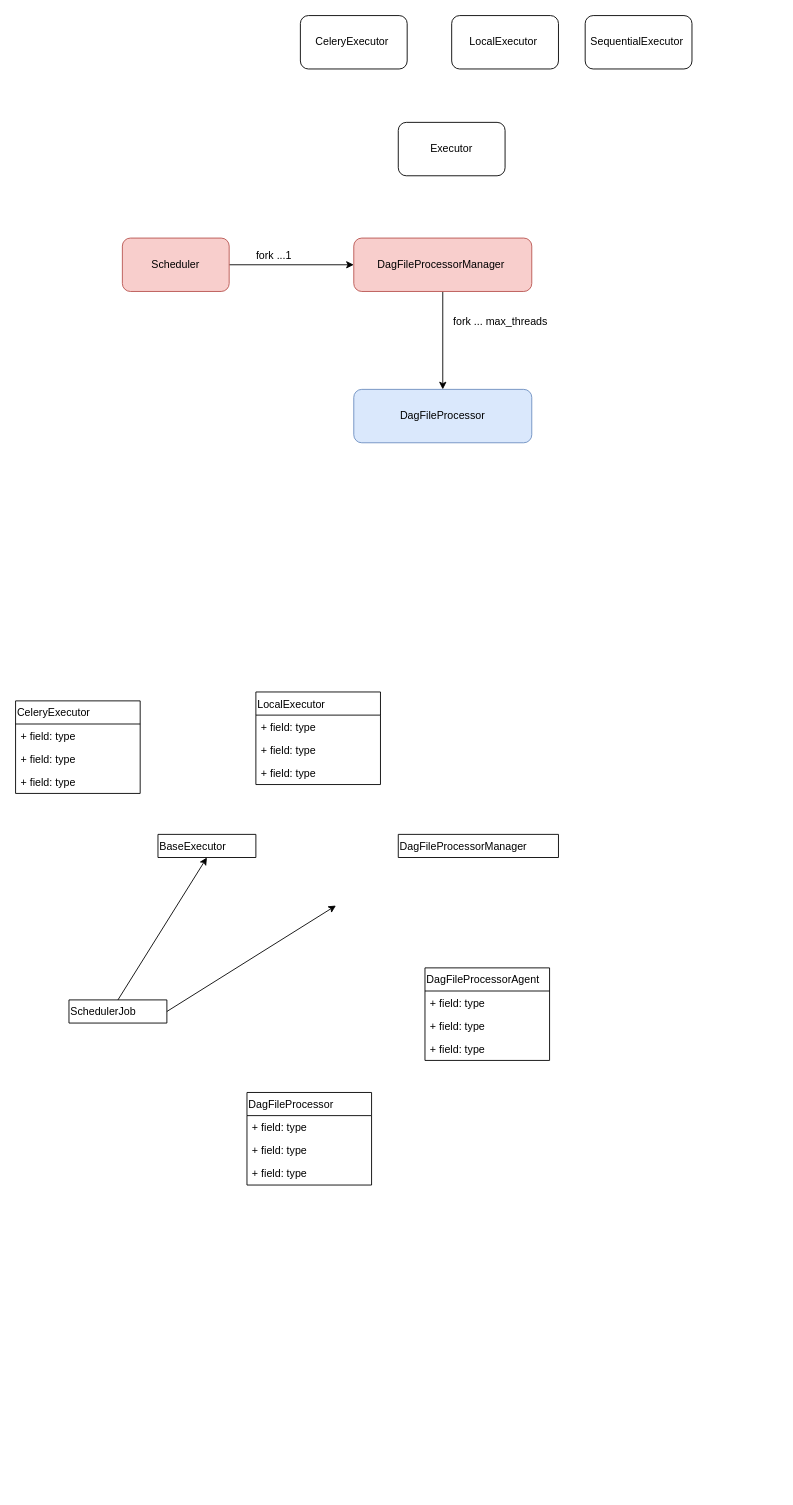
The draw.io diagram airflow.drawio in cicelprg/drawio, before the edit. Source tidied: cells renumbered, new cells numbered last; positions are measured from the earlier drawing's top-left corner, leaving out a move shared by most shapes. Both pictures are drawn from the tidied source at 89%, with x=0, y=0 at pixel (15, 15).
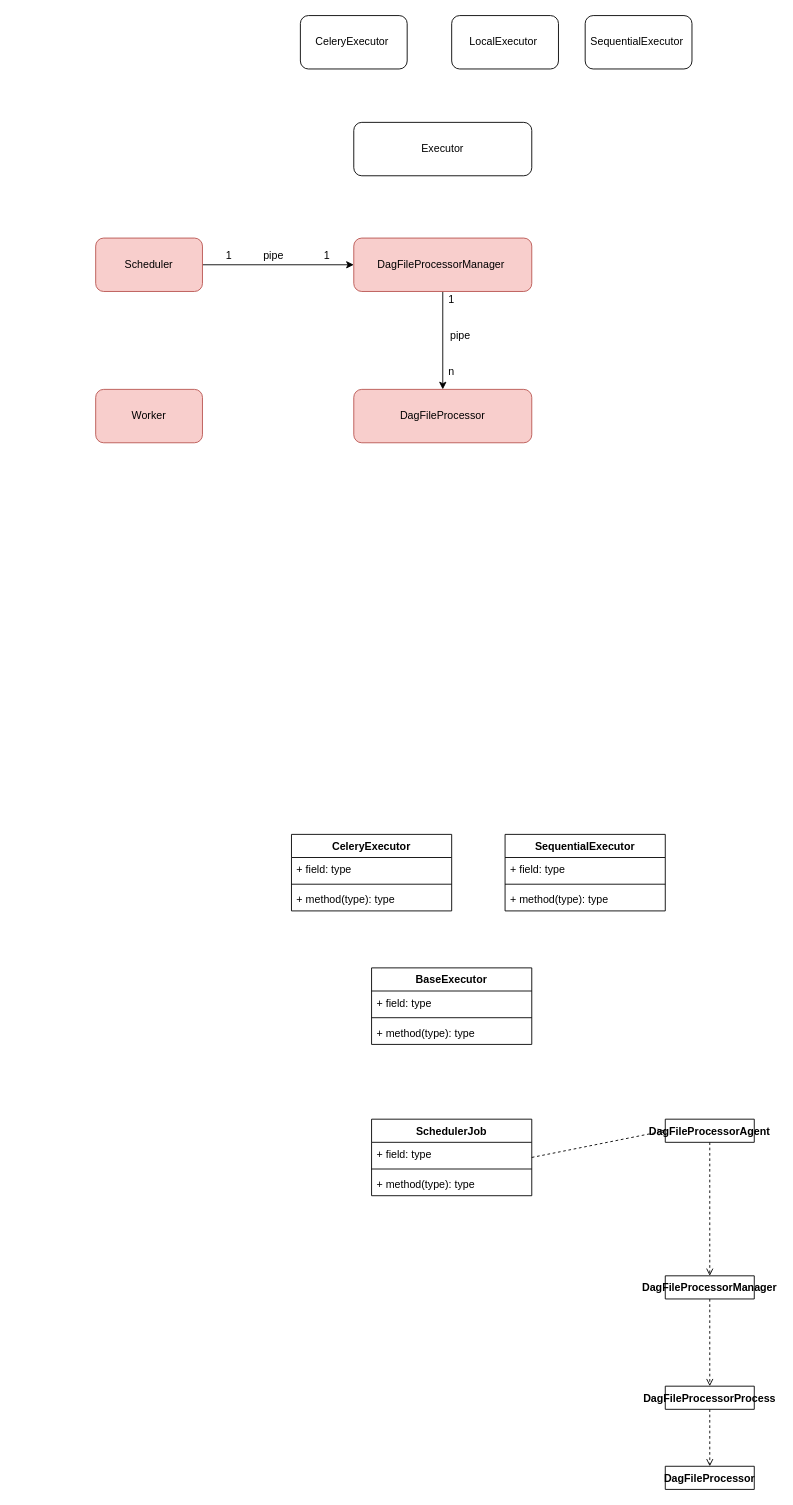
The same page after the edit.

What changed in the source:
```diff
@@
     <mxCell id="3" value="Scheduler" style="rounded=1;whiteSpace=wrap;html=1;fillColor=#f8cecc;strokeColor=#b85450;" parent="1" vertex="1">
-      <mxGeometry x="120" y="250" width="120" height="60" as="geometry" />
+      <mxGeometry x="90" y="250" width="120" height="60" as="geometry" />
     </mxCell>
     <mxCell id="4" value="Executor" style="rounded=1;whiteSpace=wrap;html=1;" parent="1" vertex="1">
-      <mxGeometry x="430" y="120" width="120" height="60" as="geometry" />
+      <mxGeometry x="380" y="120" width="200" height="60" as="geometry" />
     </mxCell>
@@
-    <mxCell id="10" value="DagFileProcessor" style="rounded=1;whiteSpace=wrap;html=1;fillColor=#dae8fc;strokeColor=#6c8ebf;" parent="1" vertex="1">
+    <mxCell id="10" value="DagFileProcessor" style="rounded=1;whiteSpace=wrap;html=1;fillColor=#f8cecc;strokeColor=#b85450;" parent="1" vertex="1">
       <mxGeometry x="380" y="420" width="200" height="60" as="geometry" />
     </mxCell>
-    <mxCell id="11" value="fork ... max_threads" style="text;html=1;strokeColor=none;fillColor=none;align=left;verticalAlign=top;whiteSpace=wrap;rounded=0;" parent="1" vertex="1">
-      <mxGeometry x="490" y="330" width="130" height="30" as="geometry" />
-    </mxCell>
-    <mxCell id="12" style="edgeStyle=none;rounded=0;jettySize=auto;html=1;exitX=0.5;exitY=0;exitDx=0;exitDy=0;entryX=0.5;entryY=1;entryDx=0;entryDy=0;" parent="1" edge="1" source="14" target="29">
-      <mxGeometry relative="1" as="geometry" />
-    </mxCell>
-    <mxCell id="13" style="edgeStyle=none;rounded=0;jettySize=auto;html=1;exitX=1;exitY=0.5;exitDx=0;exitDy=0;" parent="1" edge="1" source="14">
-      <mxGeometry relative="1" as="geometry">
-        <mxPoint x="360" y="1000" as="targetPoint" />
-      </mxGeometry>
-    </mxCell>
+    <mxCell id="34" style="edgeStyle=none;rounded=0;jettySize=auto;html=1;exitX=0.5;exitY=1;exitDx=0;exitDy=0;entryX=0.5;entryY=0;entryDx=0;entryDy=0;dashed=1;endArrow=open;endFill=0;" parent="1" edge="1" source="20" target="24">
+      <mxGeometry relative="1" as="geometry" />
+    </mxCell>
+    <mxCell id="20" value="DagFileProcessorAgent" style="swimlane;fontStyle=1;align=center;verticalAlign=top;horizontal=1;startSize=26;" parent="1" vertex="1" collapsed="1">
+      <mxGeometry x="730" y="1240" width="100" height="26" as="geometry" />
+    </mxCell>
+    <mxCell id="35" style="edgeStyle=none;rounded=0;jettySize=auto;html=1;exitX=0.5;exitY=1;exitDx=0;exitDy=0;dashed=1;endArrow=open;endFill=0;" parent="1" edge="1" source="24" target="37">
+      <mxGeometry relative="1" as="geometry" />
+    </mxCell>
+    <mxCell id="24" value="DagFileProcessorManager" style="swimlane;fontStyle=1;align=center;verticalAlign=top;horizontal=1;startSize=26;" parent="1" vertex="1" collapsed="1">
+      <mxGeometry x="730" y="1416" width="100" height="26" as="geometry" />
+    </mxCell>
+    <mxCell id="15" value="DagFileProcessor" style="swimlane;fontStyle=1;align=center;verticalAlign=top;horizontal=1;startSize=26;" parent="1" vertex="1" collapsed="1">
+      <mxGeometry x="730" y="1630" width="100" height="26" as="geometry" />
+    </mxCell>
+    <mxCell id="36" style="edgeStyle=none;rounded=0;jettySize=auto;html=1;exitX=0.5;exitY=1;exitDx=0;exitDy=0;dashed=1;endArrow=open;endFill=0;" parent="1" edge="1" source="37" target="15">
+      <mxGeometry relative="1" as="geometry" />
+    </mxCell>
+    <mxCell id="37" value="DagFileProcessorProcess" style="swimlane;fontStyle=1;align=center;verticalAlign=top;horizontal=1;startSize=26;" parent="1" vertex="1" collapsed="1">
+      <mxGeometry x="730" y="1540" width="100" height="26" as="geometry" />
+    </mxCell>
+    <mxCell id="38" style="edgeStyle=none;rounded=0;jettySize=auto;html=1;exitX=1;exitY=0.5;exitDx=0;exitDy=0;entryX=0;entryY=0.5;entryDx=0;entryDy=0;dashed=1;endArrow=open;endFill=0;" parent="1" edge="1" source="14" target="20">
+      <mxGeometry relative="1" as="geometry" />
+    </mxCell>
-    <mxCell id="14" value="SchedulerJob" style="swimlane;fontStyle=0;horizontal=1;startSize=26;fillColor=none;align=left;" parent="1" vertex="1" collapsed="1">
-      <mxGeometry x="60" y="1106" width="110" height="26" as="geometry" />
+    <mxCell id="14" value="SchedulerJob" style="swimlane;fontStyle=1;align=center;verticalAlign=top;horizontal=1;startSize=26;" parent="1" vertex="1">
+      <mxGeometry x="400" y="1240" width="180" height="86" as="geometry" />
     </mxCell>
-    <mxCell id="15" value="DagFileProcessor" style="swimlane;fontStyle=0;horizontal=1;startSize=26;fillColor=none;align=left;" parent="1" vertex="1">
-      <mxGeometry x="260" y="1210" width="140" height="104" as="geometry" />
-    </mxCell>
-    <mxCell id="16" value="+ field: type" style="text;strokeColor=none;fillColor=none;align=left;verticalAlign=top;spacingLeft=4;spacingRight=4;overflow=hidden;" parent="15" vertex="1">
-      <mxGeometry y="26" width="140" height="26" as="geometry" />
-    </mxCell>
-    <mxCell id="17" value="+ field: type" style="text;strokeColor=none;fillColor=none;align=left;verticalAlign=top;spacingLeft=4;spacingRight=4;overflow=hidden;" parent="15" vertex="1">
-      <mxGeometry y="52" width="140" height="26" as="geometry" />
-    </mxCell>
-    <mxCell id="18" value="+ field: type" style="text;strokeColor=none;fillColor=none;align=left;verticalAlign=top;spacingLeft=4;spacingRight=4;overflow=hidden;" parent="15" vertex="1">
-      <mxGeometry y="78" width="140" height="26" as="geometry" />
-    </mxCell>
-    <mxCell id="19" value="fork ...1" style="text;html=1;align=center;verticalAlign=middle;strokeColor=none;" parent="1" vertex="1">
-      <mxGeometry x="260" y="260" width="60" height="20" as="geometry" />
-    </mxCell>
-    <mxCell id="20" value="DagFileProcessorAgent" style="swimlane;fontStyle=0;horizontal=1;startSize=26;fillColor=none;align=left;" parent="1" vertex="1">
-      <mxGeometry x="460" y="1070" width="140" height="104" as="geometry" />
-    </mxCell>
-    <mxCell id="21" value="+ field: type" style="text;strokeColor=none;fillColor=none;align=left;verticalAlign=top;spacingLeft=4;spacingRight=4;overflow=hidden;" parent="20" vertex="1">
-      <mxGeometry y="26" width="140" height="26" as="geometry" />
-    </mxCell>
-    <mxCell id="22" value="+ field: type" style="text;strokeColor=none;fillColor=none;align=left;verticalAlign=top;spacingLeft=4;spacingRight=4;overflow=hidden;" parent="20" vertex="1">
-      <mxGeometry y="52" width="140" height="26" as="geometry" />
-    </mxCell>
-    <mxCell id="23" value="+ field: type" style="text;strokeColor=none;fillColor=none;align=left;verticalAlign=top;spacingLeft=4;spacingRight=4;overflow=hidden;" parent="20" vertex="1">
-      <mxGeometry y="78" width="140" height="26" as="geometry" />
-    </mxCell>
-    <mxCell id="24" value="DagFileProcessorManager" style="swimlane;fontStyle=0;horizontal=1;startSize=26;fillColor=none;align=left;" parent="1" vertex="1" collapsed="1">
-      <mxGeometry x="430" y="920" width="180" height="26" as="geometry" />
-    </mxCell>
+    <mxCell id="39" value="+ field: type" style="text;strokeColor=none;fillColor=none;align=left;verticalAlign=top;spacingLeft=4;spacingRight=4;overflow=hidden;" parent="14" vertex="1">
+      <mxGeometry y="26" width="180" height="26" as="geometry" />
+    </mxCell>
+    <mxCell id="40" style="line;strokeWidth=1;fillColor=none;align=left;verticalAlign=middle;spacingTop=-1;spacingLeft=3;spacingRight=3;labelPosition=right;" parent="14" vertex="1">
+      <mxGeometry y="52" width="180" height="8" as="geometry" />
+    </mxCell>
+    <mxCell id="41" value="+ method(type): type" style="text;strokeColor=none;fillColor=none;align=left;verticalAlign=top;spacingLeft=4;spacingRight=4;overflow=hidden;" parent="14" vertex="1">
+      <mxGeometry y="60" width="180" height="26" as="geometry" />
+    </mxCell>
+    <mxCell id="29" value="BaseExecutor" style="swimlane;fontStyle=1;align=center;verticalAlign=top;horizontal=1;startSize=26;" parent="1" vertex="1">
+      <mxGeometry x="400" y="1070" width="180" height="86" as="geometry" />
+    </mxCell>
+    <mxCell id="42" value="+ field: type" style="text;strokeColor=none;fillColor=none;align=left;verticalAlign=top;spacingLeft=4;spacingRight=4;overflow=hidden;" parent="29" vertex="1">
+      <mxGeometry y="26" width="180" height="26" as="geometry" />
+    </mxCell>
+    <mxCell id="43" style="line;strokeWidth=1;fillColor=none;align=left;verticalAlign=middle;spacingTop=-1;spacingLeft=3;spacingRight=3;labelPosition=right;" parent="29" vertex="1">
+      <mxGeometry y="52" width="180" height="8" as="geometry" />
+    </mxCell>
+    <mxCell id="44" value="+ method(type): type" style="text;strokeColor=none;fillColor=none;align=left;verticalAlign=top;spacingLeft=4;spacingRight=4;overflow=hidden;" parent="29" vertex="1">
+      <mxGeometry y="60" width="180" height="26" as="geometry" />
+    </mxCell>
-    <mxCell id="25" value="CeleryExecutor" style="swimlane;fontStyle=0;horizontal=1;startSize=26;fillColor=none;align=left;" parent="1" vertex="1">
-      <mxGeometry y="770" width="140" height="104" as="geometry" />
+    <mxCell id="25" value="CeleryExecutor" style="swimlane;fontStyle=1;align=center;verticalAlign=top;horizontal=1;startSize=26;" parent="1" vertex="1">
+      <mxGeometry x="310" y="920" width="180" height="86" as="geometry" />
     </mxCell>
-    <mxCell id="26" value="+ field: type" style="text;strokeColor=none;fillColor=none;align=left;verticalAlign=top;spacingLeft=4;spacingRight=4;overflow=hidden;" parent="25" vertex="1">
-      <mxGeometry y="26" width="140" height="26" as="geometry" />
-    </mxCell>
-    <mxCell id="27" value="+ field: type" style="text;strokeColor=none;fillColor=none;align=left;verticalAlign=top;spacingLeft=4;spacingRight=4;overflow=hidden;" parent="25" vertex="1">
-      <mxGeometry y="52" width="140" height="26" as="geometry" />
-    </mxCell>
-    <mxCell id="28" value="+ field: type" style="text;strokeColor=none;fillColor=none;align=left;verticalAlign=top;spacingLeft=4;spacingRight=4;overflow=hidden;" parent="25" vertex="1">
-      <mxGeometry y="78" width="140" height="26" as="geometry" />
-    </mxCell>
-    <mxCell id="29" value="BaseExecutor" style="swimlane;fontStyle=0;horizontal=1;startSize=26;fillColor=none;align=left;" parent="1" vertex="1" collapsed="1">
-      <mxGeometry x="160" y="920" width="110" height="26" as="geometry" />
-    </mxCell>
-    <mxCell id="30" value="LocalExecutor" style="swimlane;fontStyle=0;horizontal=1;startSize=26;fillColor=none;align=left;" parent="1" vertex="1">
-      <mxGeometry x="270" y="760" width="140" height="104" as="geometry" />
-    </mxCell>
-    <mxCell id="31" value="+ field: type" style="text;strokeColor=none;fillColor=none;align=left;verticalAlign=top;spacingLeft=4;spacingRight=4;overflow=hidden;" parent="30" vertex="1">
-      <mxGeometry y="26" width="140" height="26" as="geometry" />
-    </mxCell>
-    <mxCell id="32" value="+ field: type" style="text;strokeColor=none;fillColor=none;align=left;verticalAlign=top;spacingLeft=4;spacingRight=4;overflow=hidden;" parent="30" vertex="1">
-      <mxGeometry y="52" width="140" height="26" as="geometry" />
-    </mxCell>
-    <mxCell id="33" value="+ field: type" style="text;strokeColor=none;fillColor=none;align=left;verticalAlign=top;spacingLeft=4;spacingRight=4;overflow=hidden;" parent="30" vertex="1">
-      <mxGeometry y="78" width="140" height="26" as="geometry" />
-    </mxCell>
+    <mxCell id="45" value="+ field: type" style="text;strokeColor=none;fillColor=none;align=left;verticalAlign=top;spacingLeft=4;spacingRight=4;overflow=hidden;" parent="25" vertex="1">
+      <mxGeometry y="26" width="180" height="26" as="geometry" />
+    </mxCell>
+    <mxCell id="46" style="line;strokeWidth=1;fillColor=none;align=left;verticalAlign=middle;spacingTop=-1;spacingLeft=3;spacingRight=3;labelPosition=right;" parent="25" vertex="1">
+      <mxGeometry y="52" width="180" height="8" as="geometry" />
+    </mxCell>
+    <mxCell id="47" value="+ method(type): type" style="text;strokeColor=none;fillColor=none;align=left;verticalAlign=top;spacingLeft=4;spacingRight=4;overflow=hidden;" parent="25" vertex="1">
+      <mxGeometry y="60" width="180" height="26" as="geometry" />
+    </mxCell>
+    <mxCell id="48" value="SequentialExecutor" style="swimlane;fontStyle=1;align=center;verticalAlign=top;horizontal=1;startSize=26;" parent="1" vertex="1">
+      <mxGeometry x="550" y="920" width="180" height="86" as="geometry" />
+    </mxCell>
+    <mxCell id="49" value="+ field: type" style="text;strokeColor=none;fillColor=none;align=left;verticalAlign=top;spacingLeft=4;spacingRight=4;overflow=hidden;" parent="48" vertex="1">
+      <mxGeometry y="26" width="180" height="26" as="geometry" />
+    </mxCell>
+    <mxCell id="50" style="line;strokeWidth=1;fillColor=none;align=left;verticalAlign=middle;spacingTop=-1;spacingLeft=3;spacingRight=3;labelPosition=right;" parent="48" vertex="1">
+      <mxGeometry y="52" width="180" height="8" as="geometry" />
+    </mxCell>
+    <mxCell id="51" value="+ method(type): type" style="text;strokeColor=none;fillColor=none;align=left;verticalAlign=top;spacingLeft=4;spacingRight=4;overflow=hidden;" parent="48" vertex="1">
+      <mxGeometry y="60" width="180" height="26" as="geometry" />
+    </mxCell>
+    <mxCell id="52" value="1" style="text;html=1;strokeColor=none;fillColor=none;align=center;verticalAlign=middle;whiteSpace=wrap;rounded=0;" parent="1" vertex="1">
+      <mxGeometry x="220" y="260" width="40" height="20" as="geometry" />
+    </mxCell>
+    <mxCell id="53" value="1" style="text;html=1;strokeColor=none;fillColor=none;align=center;verticalAlign=middle;whiteSpace=wrap;rounded=0;" parent="1" vertex="1">
+      <mxGeometry x="330" y="260" width="40" height="20" as="geometry" />
+    </mxCell>
+    <mxCell id="54" value="1" style="text;html=1;strokeColor=none;fillColor=none;align=center;verticalAlign=middle;whiteSpace=wrap;rounded=0;" parent="1" vertex="1">
+      <mxGeometry x="470" y="310" width="40" height="20" as="geometry" />
+    </mxCell>
+    <mxCell id="55" value="n" style="text;html=1;strokeColor=none;fillColor=none;align=center;verticalAlign=middle;whiteSpace=wrap;rounded=0;" parent="1" vertex="1">
+      <mxGeometry x="470" y="390" width="40" height="20" as="geometry" />
+    </mxCell>
+    <mxCell id="56" value="Worker" style="rounded=1;whiteSpace=wrap;html=1;fillColor=#f8cecc;strokeColor=#b85450;" parent="1" vertex="1">
+      <mxGeometry x="90" y="420" width="120" height="60" as="geometry" />
+    </mxCell>
+    <mxCell id="57" value="pipe" style="text;html=1;strokeColor=none;fillColor=none;align=center;verticalAlign=middle;whiteSpace=wrap;rounded=0;" parent="1" vertex="1">
+      <mxGeometry x="270" y="260" width="40" height="20" as="geometry" />
+    </mxCell>
+    <mxCell id="58" value="pipe" style="text;html=1;strokeColor=none;fillColor=none;align=center;verticalAlign=middle;whiteSpace=wrap;rounded=0;" parent="1" vertex="1">
+      <mxGeometry x="480" y="350" width="40" height="20" as="geometry" />
+    </mxCell>
```
